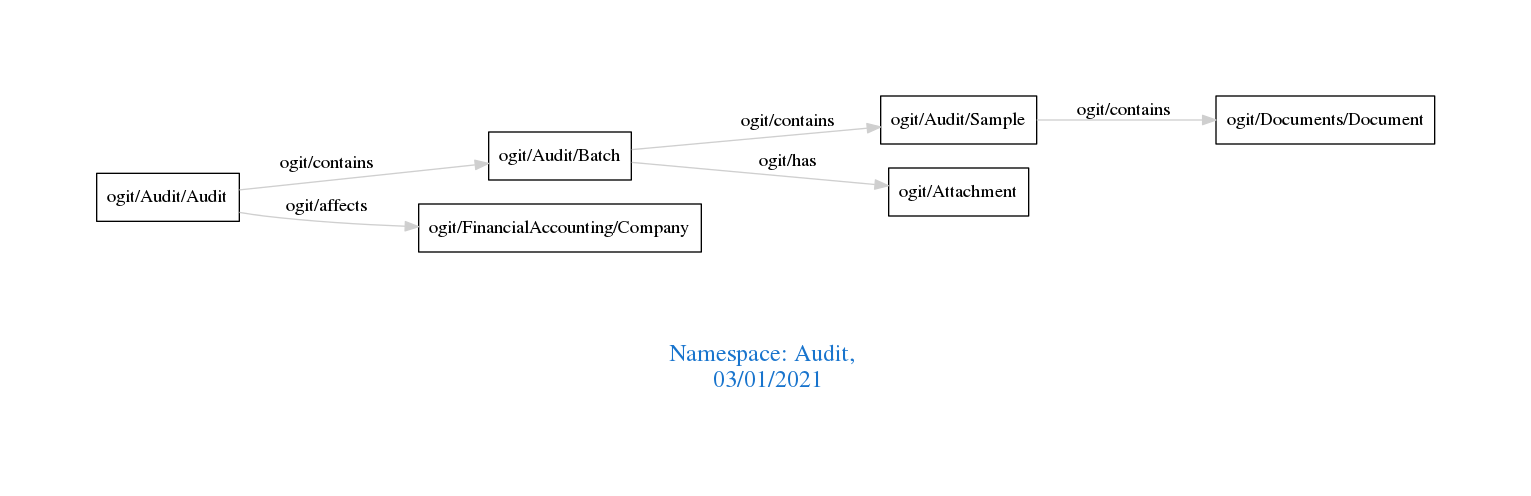
The Graphviz diagram downloads/Audit.png in arago/OGIT, before a commit. Its source is kept beside it as downloads/Audit.dot.
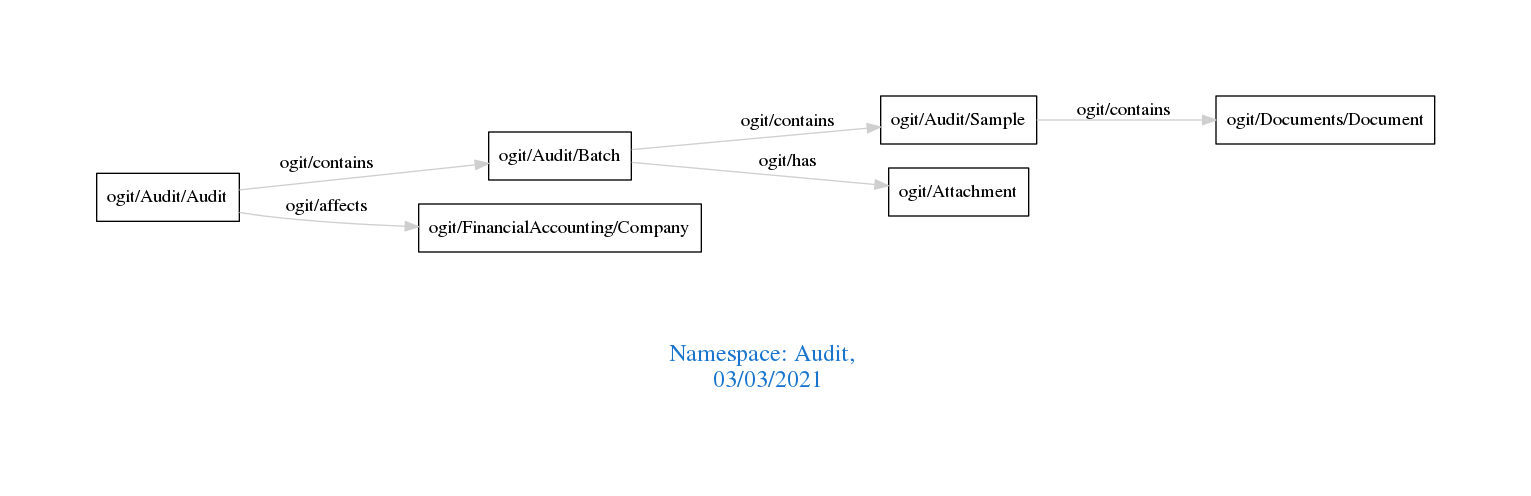
After the commit.

What changed in the source:
```diff
@@ -1,7 +1,7 @@
 digraph OGIT_ontology {
  graph [ rankdir= LR,pad=1
 fontsize = 18,
-fontcolor= dodgerblue3,label = "\n\n\nNamespace: Audit, \n 03/01/2021"];
+fontcolor= dodgerblue3,label = "\n\n\nNamespace: Audit, \n 03/03/2021"];
 node[shape=polygon];
 edge [  color="gray81"];
 
```
